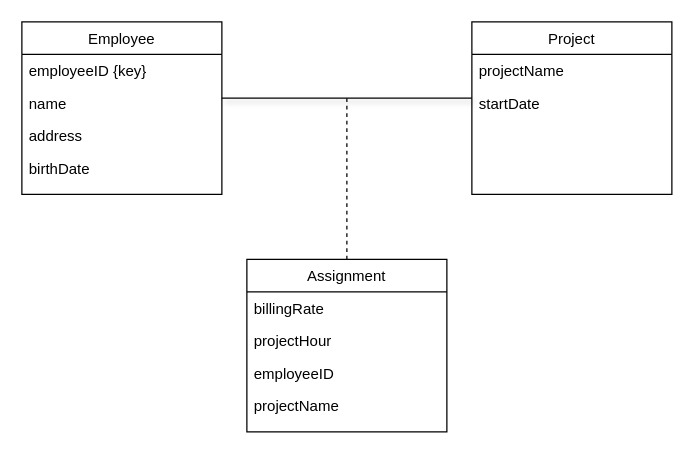
dbsrudrla/diagram keeps this draw.io diagram as 제목 없는 다이어그램.drawio. Above is the earlier version. Source tidied: cells renumbered, new cells numbered last; positions are measured from the earlier drawing's top-left corner, leaving out a move shared by most shapes. Both pictures are drawn from the tidied source at 125%, with x=0, y=0 at pixel (21, 21).
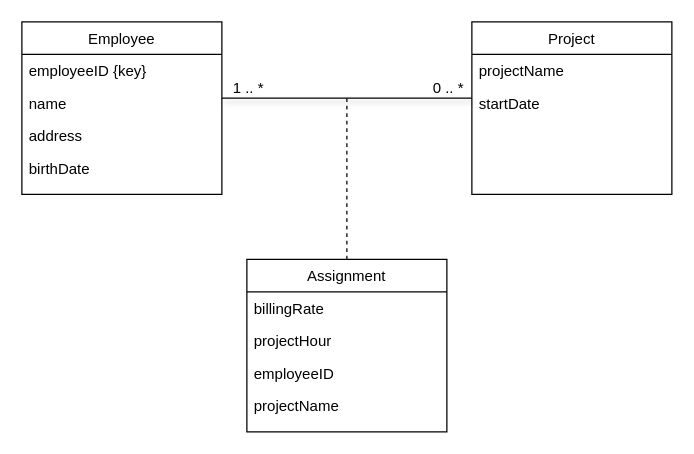
The same diagram, later.

Commit message:
시분설 과제 #3

The edit, as a diff of the source:
```diff
@@
+    <mxCell id="17" value="1 .. *" style="text;html=1;align=center;verticalAlign=middle;strokeColor=none;fillColor=none;" parent="1" vertex="1">
+      <mxGeometry x="156" y="38" width="50" height="30" as="geometry" />
+    </mxCell>
+    <mxCell id="18" value="0 .. *" style="text;html=1;align=center;verticalAlign=middle;strokeColor=none;fillColor=none;" parent="1" vertex="1">
+      <mxGeometry x="316" y="38" width="50" height="30" as="geometry" />
+    </mxCell>
```
